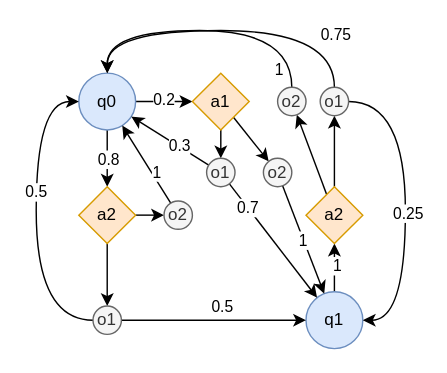
The draw.io diagram page "fsc" (2 of 6) of docs/finite-state-controller.drawio in jlandsmann/dec-pomdp-solver, before the edit. Source tidied: cells renumbered, new cells numbered last; positions are measured from the earlier drawing's top-left corner, leaving out a move shared by most shapes. Both pictures are drawn from the tidied source at 142%, with x=0, y=0 at pixel (36, 30).
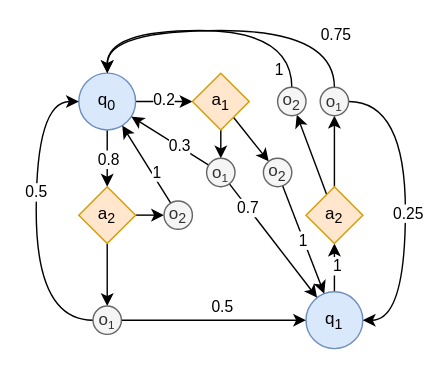
Above is the later version.

What changed in the source:
```diff
@@
-    <mxCell id="6" value="q0" style="ellipse;whiteSpace=wrap;html=1;fillColor=#dae8fc;strokeColor=#6c8ebf;" parent="1" vertex="1">
+    <mxCell id="6" value="q&lt;sub&gt;0&lt;/sub&gt;" style="ellipse;whiteSpace=wrap;html=1;fillColor=#dae8fc;strokeColor=#6c8ebf;" parent="1" vertex="1">
       <mxGeometry x="30" y="30" width="40" height="40" as="geometry" />
     </mxCell>
@@
-    <mxCell id="9" value="a1" style="rhombus;whiteSpace=wrap;html=1;fillColor=#ffe6cc;strokeColor=#d79b00;" parent="1" vertex="1">
+    <mxCell id="9" value="a&lt;sub&gt;1&lt;/sub&gt;" style="rhombus;whiteSpace=wrap;html=1;fillColor=#ffe6cc;strokeColor=#d79b00;" parent="1" vertex="1">
       <mxGeometry x="110" y="30" width="40" height="40" as="geometry" />
     </mxCell>
@@
-    <mxCell id="12" value="a2" style="rhombus;whiteSpace=wrap;html=1;fillColor=#ffe6cc;strokeColor=#d79b00;" parent="1" vertex="1">
+    <mxCell id="12" value="a&lt;sub&gt;2&lt;/sub&gt;" style="rhombus;whiteSpace=wrap;html=1;fillColor=#ffe6cc;strokeColor=#d79b00;" parent="1" vertex="1">
       <mxGeometry x="30" y="110" width="40" height="40" as="geometry" />
     </mxCell>
@@
-    <mxCell id="15" value="q1" style="ellipse;whiteSpace=wrap;html=1;fillColor=#dae8fc;strokeColor=#6c8ebf;" parent="1" vertex="1">
+    <mxCell id="15" value="q&lt;sub&gt;1&lt;/sub&gt;" style="ellipse;whiteSpace=wrap;html=1;fillColor=#dae8fc;strokeColor=#6c8ebf;" parent="1" vertex="1">
       <mxGeometry x="190" y="184" width="40" height="40" as="geometry" />
     </mxCell>
@@
-    <mxCell id="18" value="a2" style="rhombus;whiteSpace=wrap;html=1;fillColor=#ffe6cc;strokeColor=#d79b00;" parent="1" vertex="1">
+    <mxCell id="18" value="a&lt;sub&gt;2&lt;/sub&gt;" style="rhombus;whiteSpace=wrap;html=1;fillColor=#ffe6cc;strokeColor=#d79b00;" parent="1" vertex="1">
       <mxGeometry x="190" y="110" width="40" height="40" as="geometry" />
     </mxCell>
@@
-    <mxCell id="23" value="o1" style="ellipse;whiteSpace=wrap;html=1;fillColor=#f5f5f5;fontColor=#333333;strokeColor=#666666;" parent="1" vertex="1">
+    <mxCell id="23" value="o&lt;span style=&quot;font-size: 10px;&quot;&gt;&lt;sub&gt;1&lt;/sub&gt;&lt;/span&gt;" style="ellipse;whiteSpace=wrap;html=1;fillColor=#f5f5f5;fontColor=#333333;strokeColor=#666666;" parent="1" vertex="1">
       <mxGeometry x="40" y="194" width="20" height="20" as="geometry" />
     </mxCell>
@@
-    <mxCell id="26" value="o2" style="ellipse;whiteSpace=wrap;html=1;fillColor=#f5f5f5;fontColor=#333333;strokeColor=#666666;" parent="1" vertex="1">
+    <mxCell id="26" value="o&lt;sub&gt;2&lt;/sub&gt;" style="ellipse;whiteSpace=wrap;html=1;fillColor=#f5f5f5;fontColor=#333333;strokeColor=#666666;" parent="1" vertex="1">
       <mxGeometry x="90" y="120" width="20" height="20" as="geometry" />
     </mxCell>
@@
-    <mxCell id="31" value="o1" style="ellipse;whiteSpace=wrap;html=1;fillColor=#f5f5f5;fontColor=#333333;strokeColor=#666666;" parent="1" vertex="1">
+    <mxCell id="31" value="o&lt;span style=&quot;font-size: 10px;&quot;&gt;&lt;sub&gt;1&lt;/sub&gt;&lt;/span&gt;" style="ellipse;whiteSpace=wrap;html=1;fillColor=#f5f5f5;fontColor=#333333;strokeColor=#666666;" parent="1" vertex="1">
       <mxGeometry x="200" y="40" width="20" height="20" as="geometry" />
     </mxCell>
@@
-    <mxCell id="36" value="o1" style="ellipse;whiteSpace=wrap;html=1;fillColor=#f5f5f5;fontColor=#333333;strokeColor=#666666;" parent="1" vertex="1">
+    <mxCell id="36" value="o&lt;span style=&quot;font-size: 10px;&quot;&gt;&lt;sub&gt;1&lt;/sub&gt;&lt;/span&gt;" style="ellipse;whiteSpace=wrap;html=1;fillColor=#f5f5f5;fontColor=#333333;strokeColor=#666666;" parent="1" vertex="1">
       <mxGeometry x="120" y="90" width="20" height="20" as="geometry" />
     </mxCell>
@@
-    <mxCell id="38" value="o2" style="ellipse;whiteSpace=wrap;html=1;fillColor=#f5f5f5;fontColor=#333333;strokeColor=#666666;" parent="1" vertex="1">
+    <mxCell id="38" value="o&lt;sub&gt;2&lt;/sub&gt;" style="ellipse;whiteSpace=wrap;html=1;fillColor=#f5f5f5;fontColor=#333333;strokeColor=#666666;" parent="1" vertex="1">
       <mxGeometry x="160" y="90" width="20" height="20" as="geometry" />
     </mxCell>
@@
-    <mxCell id="41" value="o2" style="ellipse;whiteSpace=wrap;html=1;fillColor=#f5f5f5;fontColor=#333333;strokeColor=#666666;" parent="1" vertex="1">
+    <mxCell id="41" value="o&lt;sub&gt;2&lt;/sub&gt;" style="ellipse;whiteSpace=wrap;html=1;fillColor=#f5f5f5;fontColor=#333333;strokeColor=#666666;" parent="1" vertex="1">
       <mxGeometry x="170" y="40" width="20" height="20" as="geometry" />
     </mxCell>
```
